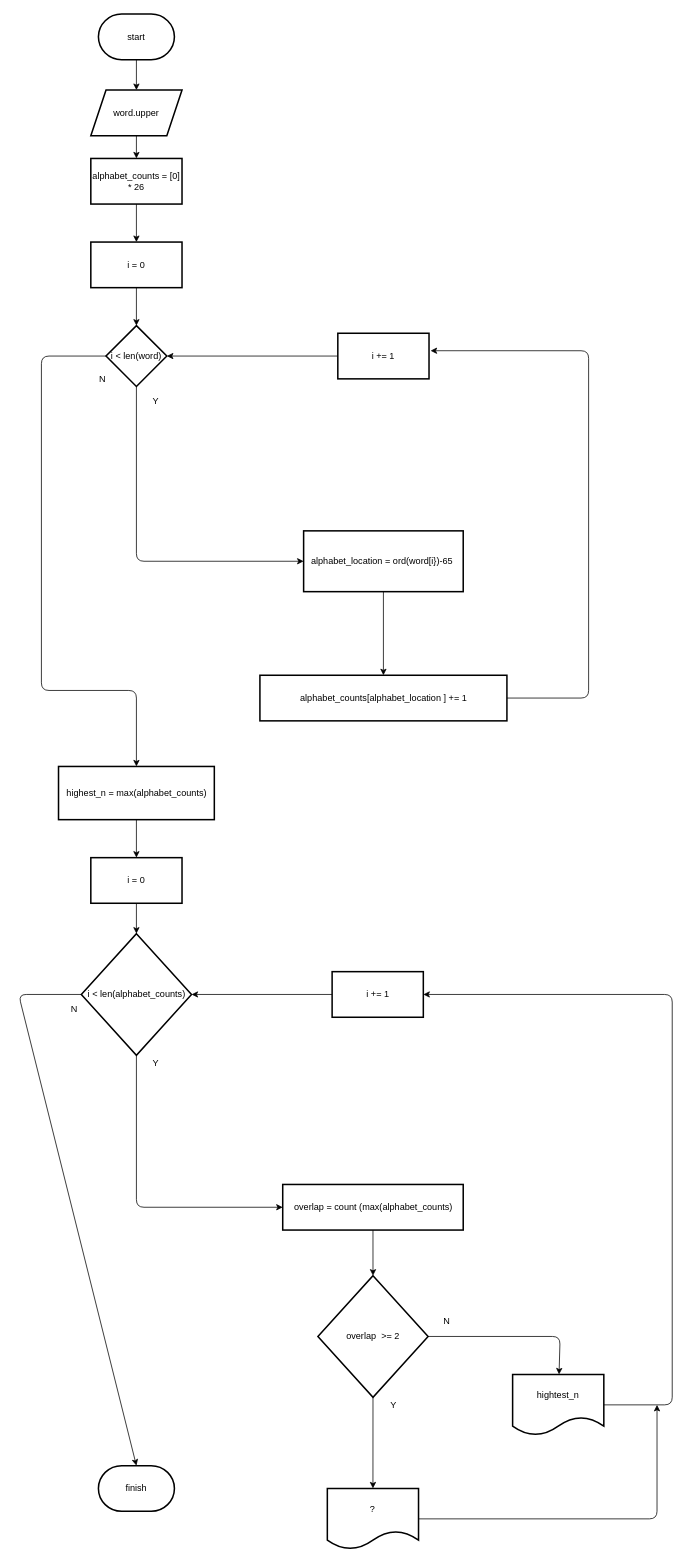
Gyeongrok-Oh/boj keeps this draw.io diagram as stage/06_string/1157.drawio. Above is the earlier version. Source tidied: cells renumbered, new cells numbered last; positions are measured from the earlier drawing's top-left corner, leaving out a move shared by most shapes. Both pictures are drawn from the tidied source at 76%, with x=0, y=0 at pixel (18, 14).
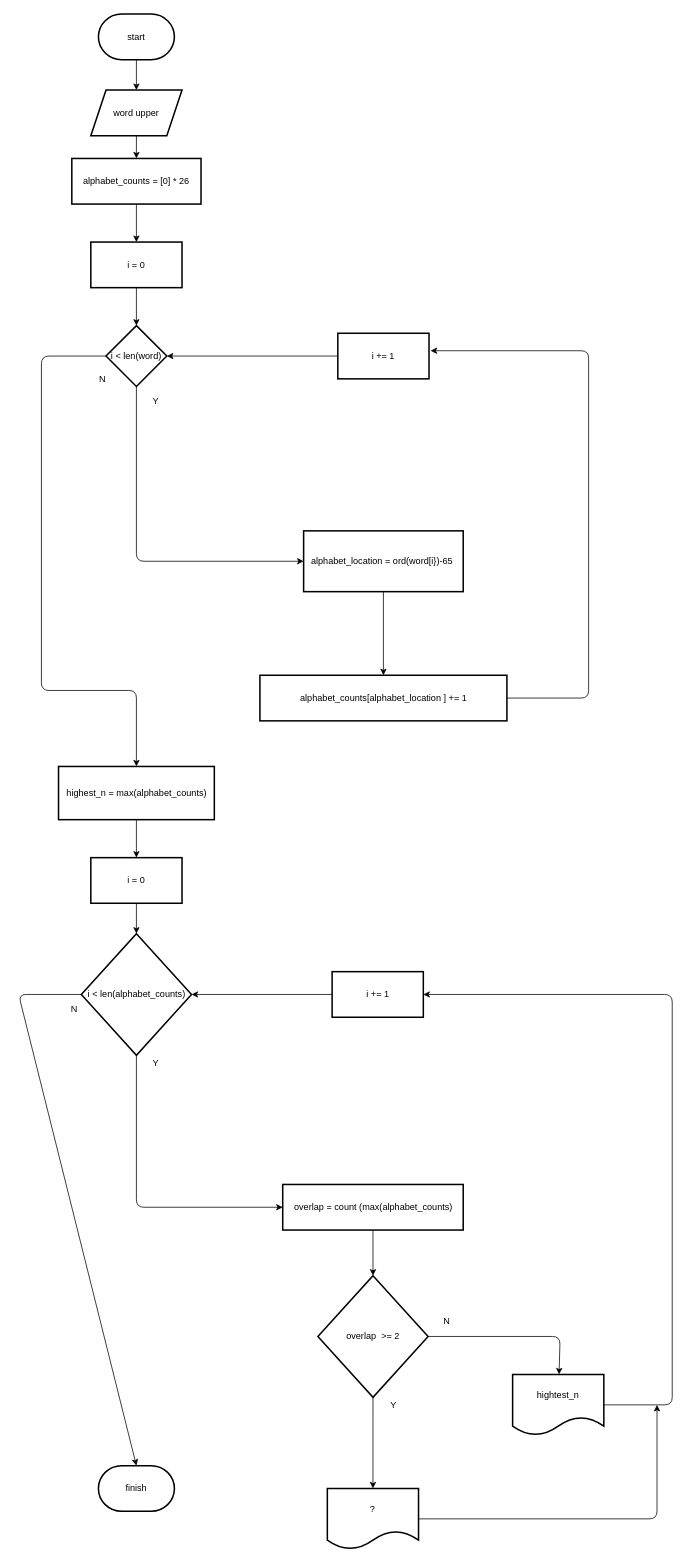
Above is the later version.

Diff of the diagram source:
```diff
@@
-    <mxCell id="5" value="word.upper" style="shape=parallelogram;perimeter=parallelogramPerimeter;whiteSpace=wrap;html=1;fixedSize=1;strokeWidth=2;" parent="1" vertex="1">
+    <mxCell id="5" value="word upper" style="shape=parallelogram;perimeter=parallelogramPerimeter;whiteSpace=wrap;html=1;fixedSize=1;strokeWidth=2;" parent="1" vertex="1">
       <mxGeometry x="95" y="100" width="120" height="60" as="geometry" />
     </mxCell>
@@
     <mxCell id="14" value="alphabet_counts = [0] * 26" style="whiteSpace=wrap;html=1;strokeWidth=2;" parent="1" vertex="1">
-      <mxGeometry x="95" y="190" width="120" height="60" as="geometry" />
+      <mxGeometry x="70" y="190" width="170" height="60" as="geometry" />
     </mxCell>
```
